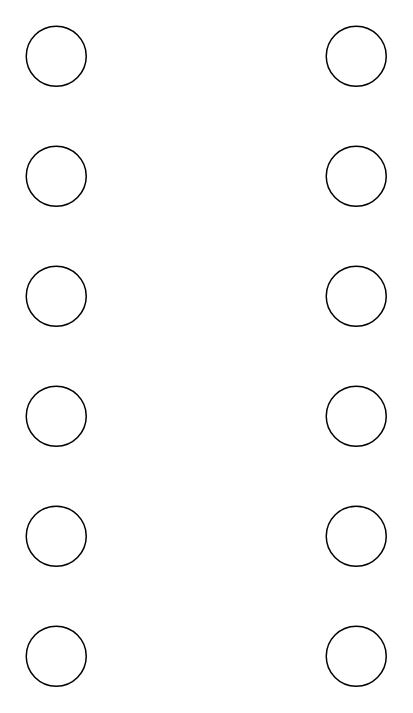
Above: HW2_2.drawio in edwardayala/Diagrams (draw.io), before the change. Source tidied: cells renumbered, new cells numbered last; positions are measured from the earlier drawing's top-left corner, leaving out a move shared by most shapes. Both pictures are drawn from the tidied source at 150%, with x=0, y=0 at pixel (26, 26).
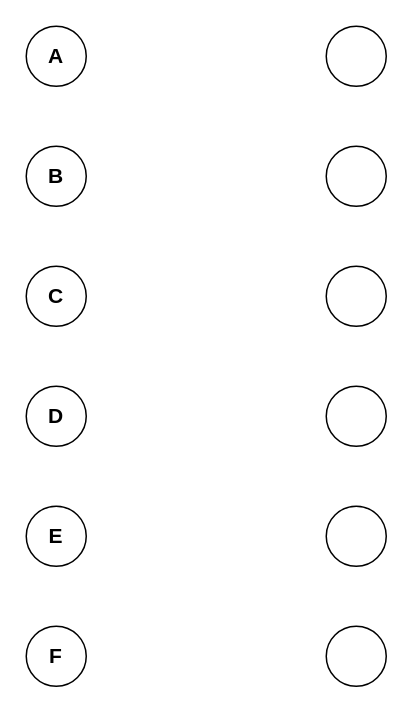
The same page after the edit.

Change to the diagram source:
```diff
@@
 <mxGraphModel>
   <root>
     <mxCell id="0" />
     <mxCell id="1" parent="0" />
-    <mxCell id="2" style="ellipse;whiteSpace=wrap;html=1;" parent="1" vertex="1">
+    <mxCell id="2" value="&lt;b&gt;&lt;font style=&quot;font-size: 14px&quot;&gt;A&lt;/font&gt;&lt;/b&gt;" style="ellipse;whiteSpace=wrap;html=1;" parent="1" vertex="1">
       <mxGeometry width="40" height="40" as="geometry" />
     </mxCell>
-    <mxCell id="3" style="ellipse;whiteSpace=wrap;html=1;" parent="1" vertex="1">
+    <mxCell id="3" value="&lt;b style=&quot;white-space: normal&quot;&gt;&lt;font style=&quot;font-size: 14px&quot;&gt;B&lt;/font&gt;&lt;/b&gt;" style="ellipse;whiteSpace=wrap;html=1;" parent="1" vertex="1">
       <mxGeometry y="80" width="40" height="40" as="geometry" />
     </mxCell>
-    <mxCell id="4" style="ellipse;whiteSpace=wrap;html=1;" parent="1" vertex="1">
+    <mxCell id="4" value="&lt;b style=&quot;white-space: normal&quot;&gt;&lt;font style=&quot;font-size: 14px&quot;&gt;C&lt;/font&gt;&lt;/b&gt;" style="ellipse;whiteSpace=wrap;html=1;" parent="1" vertex="1">
       <mxGeometry y="160" width="40" height="40" as="geometry" />
     </mxCell>
-    <mxCell id="5" style="ellipse;whiteSpace=wrap;html=1;" parent="1" vertex="1">
+    <mxCell id="5" value="&lt;b style=&quot;white-space: normal&quot;&gt;&lt;font style=&quot;font-size: 14px&quot;&gt;D&lt;/font&gt;&lt;/b&gt;" style="ellipse;whiteSpace=wrap;html=1;" parent="1" vertex="1">
       <mxGeometry y="240" width="40" height="40" as="geometry" />
     </mxCell>
-    <mxCell id="6" style="ellipse;whiteSpace=wrap;html=1;" parent="1" vertex="1">
+    <mxCell id="6" value="&lt;b style=&quot;white-space: normal&quot;&gt;&lt;font style=&quot;font-size: 14px&quot;&gt;E&lt;/font&gt;&lt;/b&gt;" style="ellipse;whiteSpace=wrap;html=1;" parent="1" vertex="1">
       <mxGeometry y="320" width="40" height="40" as="geometry" />
     </mxCell>
-    <mxCell id="7" style="ellipse;whiteSpace=wrap;html=1;" parent="1" vertex="1">
+    <mxCell id="7" value="&lt;span style=&quot;font-size: 14px&quot;&gt;&lt;b&gt;F&lt;/b&gt;&lt;/span&gt;" style="ellipse;whiteSpace=wrap;html=1;" parent="1" vertex="1">
       <mxGeometry y="400" width="40" height="40" as="geometry" />
     </mxCell>
     <mxCell id="8" style="ellipse;whiteSpace=wrap;html=1;" parent="1" vertex="1">
       <mxGeometry x="200" width="40" height="40" as="geometry" />
     </mxCell>
     <mxCell id="9" style="ellipse;whiteSpace=wrap;html=1;" parent="1" vertex="1">
       <mxGeometry x="200" y="80" width="40" height="40" as="geometry" />
     </mxCell>
     <mxCell id="10" style="ellipse;whiteSpace=wrap;html=1;" parent="1" vertex="1">
       <mxGeometry x="200" y="160" width="40" height="40" as="geometry" />
     </mxCell>
     <mxCell id="11" style="ellipse;whiteSpace=wrap;html=1;" parent="1" vertex="1">
       <mxGeometry x="200" y="240" width="40" height="40" as="geometry" />
     </mxCell>
     <mxCell id="12" style="ellipse;whiteSpace=wrap;html=1;" parent="1" vertex="1">
       <mxGeometry x="200" y="320" width="40" height="40" as="geometry" />
     </mxCell>
     <mxCell id="13" style="ellipse;whiteSpace=wrap;html=1;" parent="1" vertex="1">
       <mxGeometry x="200" y="400" width="40" height="40" as="geometry" />
     </mxCell>
   </root>
 </mxGraphModel>
```
